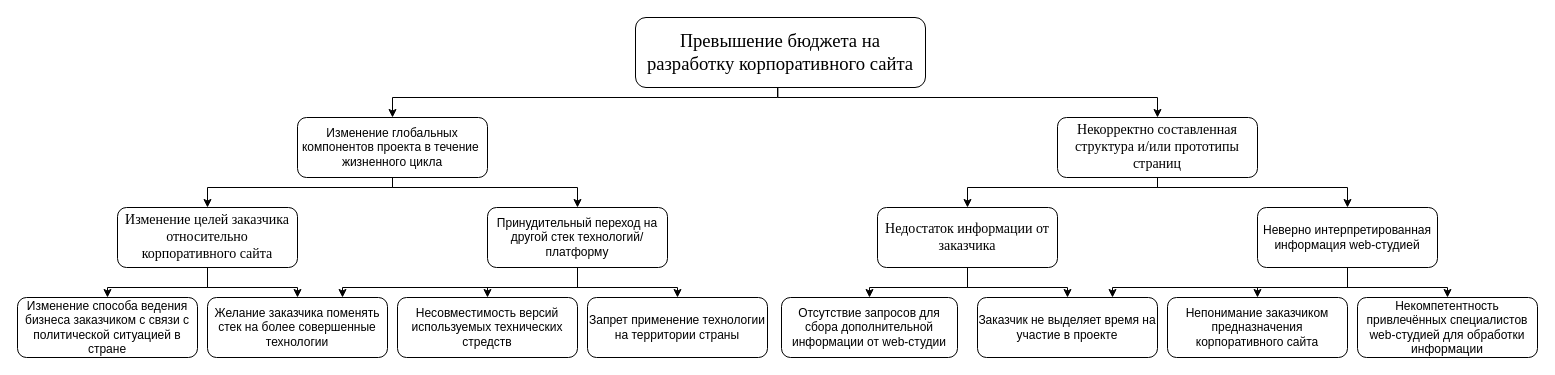
Earlier version of the draw.io diagram page "Дерево причин" (7 of 7) of 3 курс/5 семестр/ТСиСА/Курсовая/модели2ч.drawio (Luzinsan/tusur). Source tidied: cells renumbered, new cells numbered last; positions are measured from the earlier drawing's top-left corner, leaving out a move shared by most shapes. Both pictures are drawn from the tidied source at 100%, with x=0, y=0 at pixel (17, 17).
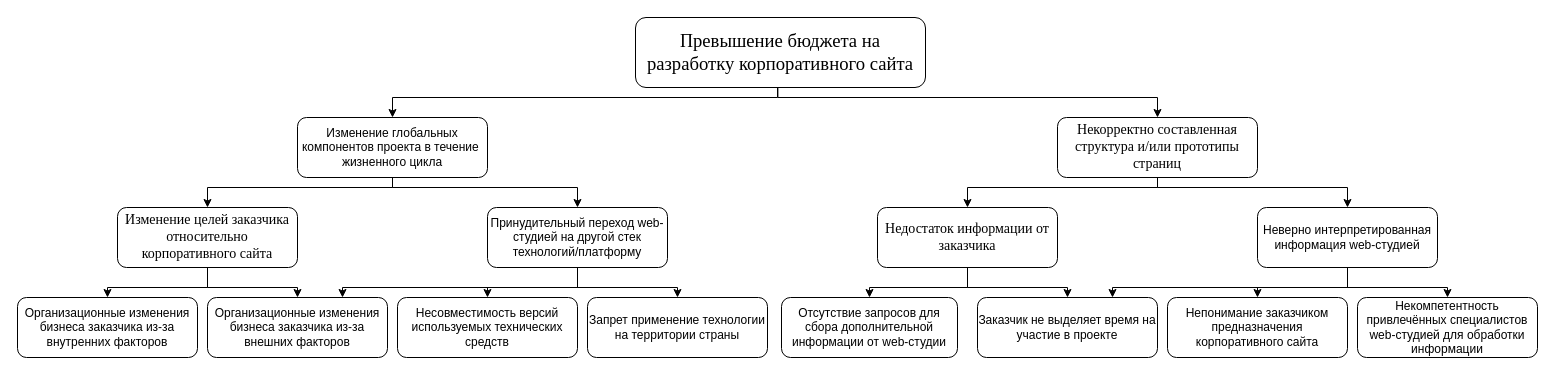
After the change.

The edit, as a diff of the source:
```diff
@@
-    <mxCell id="17" value="Принудительный переход на другой стек технологий/платформу" style="rounded=1;whiteSpace=wrap;html=1;" parent="1" vertex="1">
+    <mxCell id="17" value="Принудительный переход web-студией на другой стек технологий/платформу" style="rounded=1;whiteSpace=wrap;html=1;" parent="1" vertex="1">
       <mxGeometry x="470" y="190" width="180" height="60" as="geometry" />
     </mxCell>
@@
-    <mxCell id="25" value="Изменение способа ведения бизнеса заказчиком с связи с политической ситуацией в стране" style="rounded=1;whiteSpace=wrap;html=1;" parent="1" vertex="1">
+    <mxCell id="25" value="Организационные изменения бизнеса заказчика из-за внутренних факторов" style="rounded=1;whiteSpace=wrap;html=1;" parent="1" vertex="1">
       <mxGeometry y="280" width="180" height="60" as="geometry" />
     </mxCell>
-    <mxCell id="26" value="Желание заказчика поменять стек на более совершенные технологии" style="rounded=1;whiteSpace=wrap;html=1;" parent="1" vertex="1">
+    <mxCell id="26" value="Организационные изменения бизнеса заказчика из-за внешних факторов" style="rounded=1;whiteSpace=wrap;html=1;" parent="1" vertex="1">
       <mxGeometry x="190" y="280" width="180" height="60" as="geometry" />
     </mxCell>
@@
-    <mxCell id="30" value="Несовместимость версий используемых технических стредств" style="rounded=1;whiteSpace=wrap;html=1;" parent="1" vertex="1">
+    <mxCell id="30" value="Несовместимость версий используемых технических средств" style="rounded=1;whiteSpace=wrap;html=1;" parent="1" vertex="1">
       <mxGeometry x="380" y="280" width="180" height="60" as="geometry" />
     </mxCell>
```
